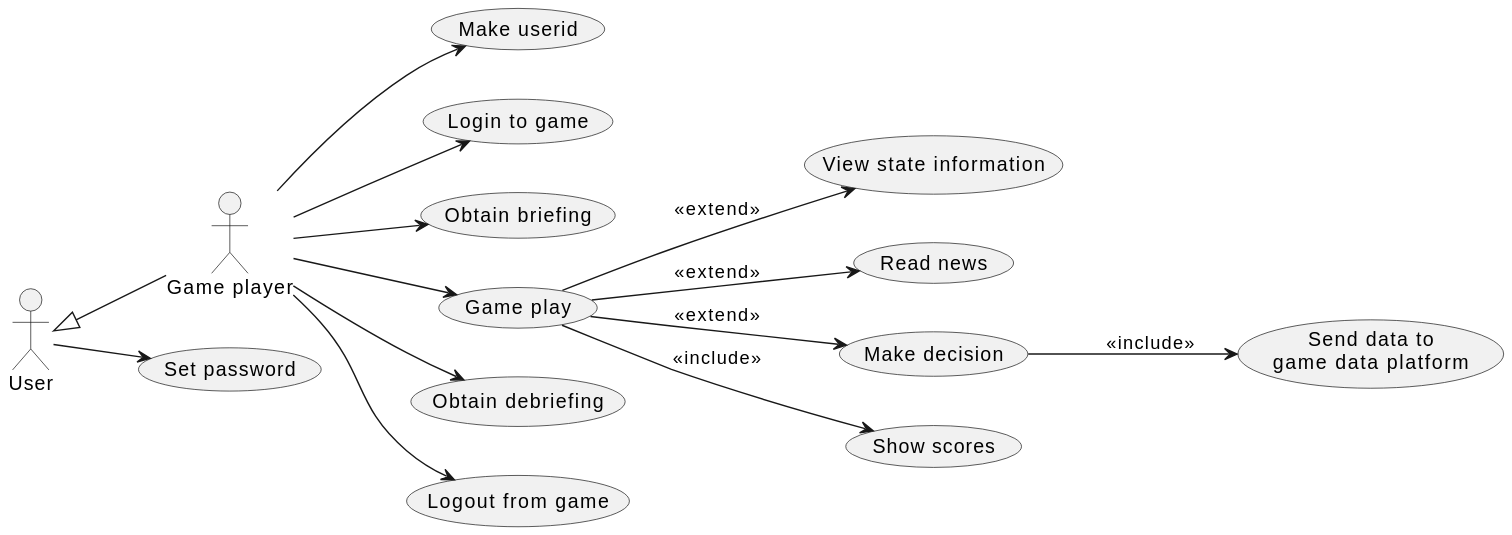
This is doc/1-use-cases/diagrams/game-play.svg from averbraeck/gscg-design, a PlantUML export, as it was before one commit.
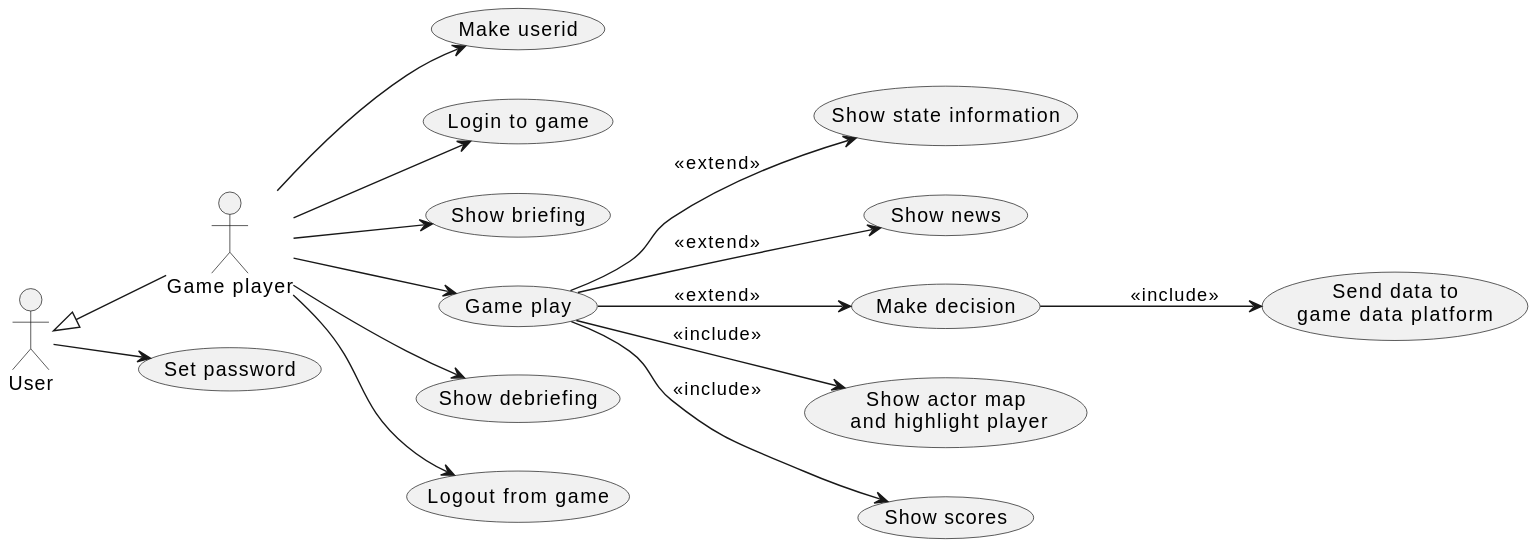
After the change.

Diff of the diagram source:
```diff
@@ -9,17 +9,18 @@
 GP --> (Make userid)
 GP --> (Login to game)
 
-GP --> (Obtain briefing)
+GP --> (Show briefing)
 
 GP --> (Game play)
-(Game play) --> (View state information) : << extend >>
-(Game play) --> (Read news) : << extend >>
+(Game play) --> (Show state information) : << extend >>
+(Game play) --> (Show news) : << extend >>
 (Game play) --> (Make decision) : << extend >>
+(Game play) --> (Show actor map\n and highlight player) : << include >>
 (Game play) --> (Show scores) : << include >>
 
 (Make decision) --> (Send data to\ngame data platform) : << include >>
 
-GP --> (Obtain debriefing)
+GP --> (Show debriefing)
 
 GP --> (Logout from game)
 @enduml
```
